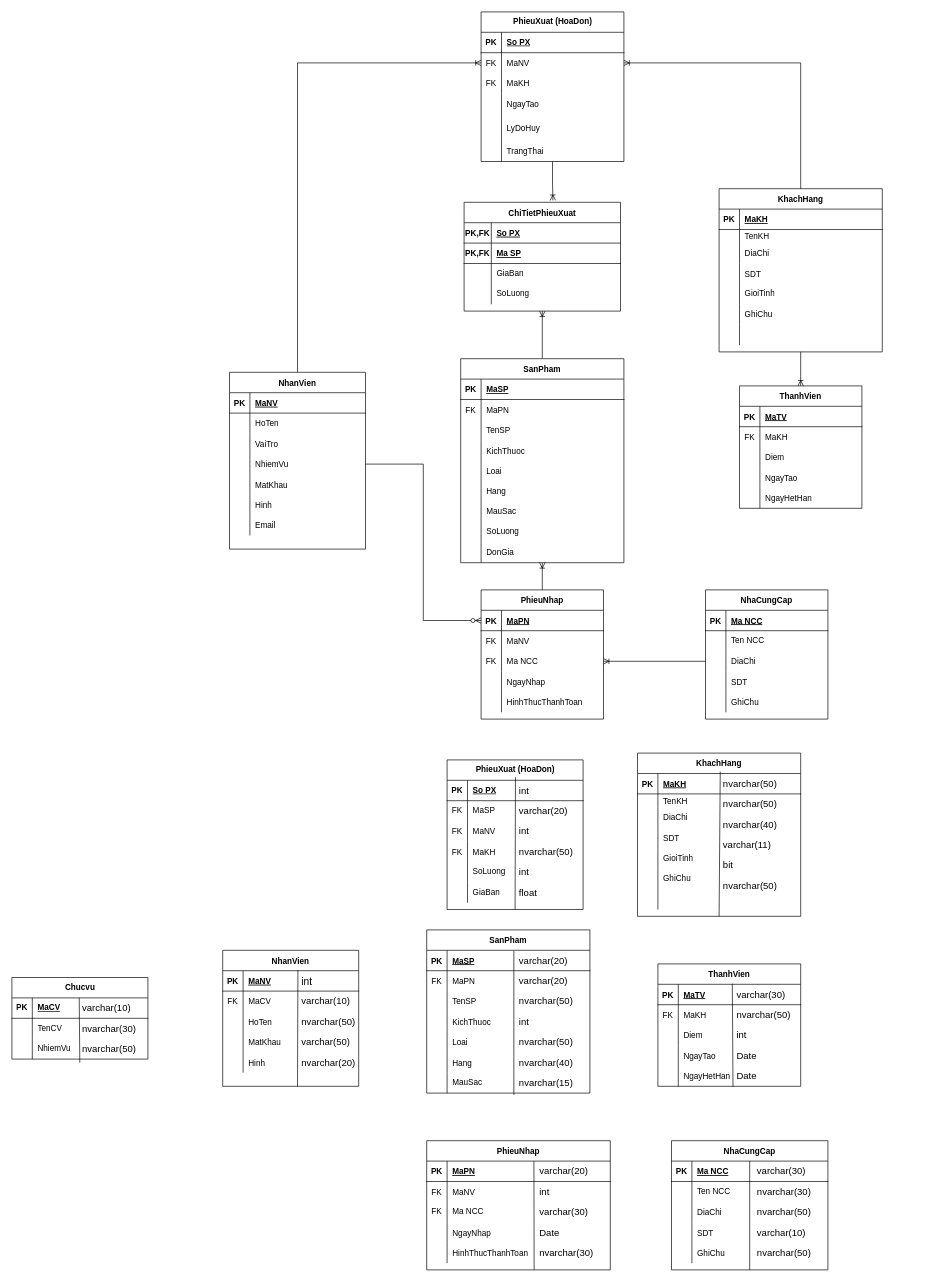
The draw.io diagram ERD.drawio in Westeros091/Snethlios, before the edit. Source tidied: cells renumbered, new cells numbered last; positions are measured from the earlier drawing's top-left corner, leaving out a move shared by most shapes. Both pictures are drawn from the tidied source at 68%, with x=0, y=0 at pixel (12, 12).
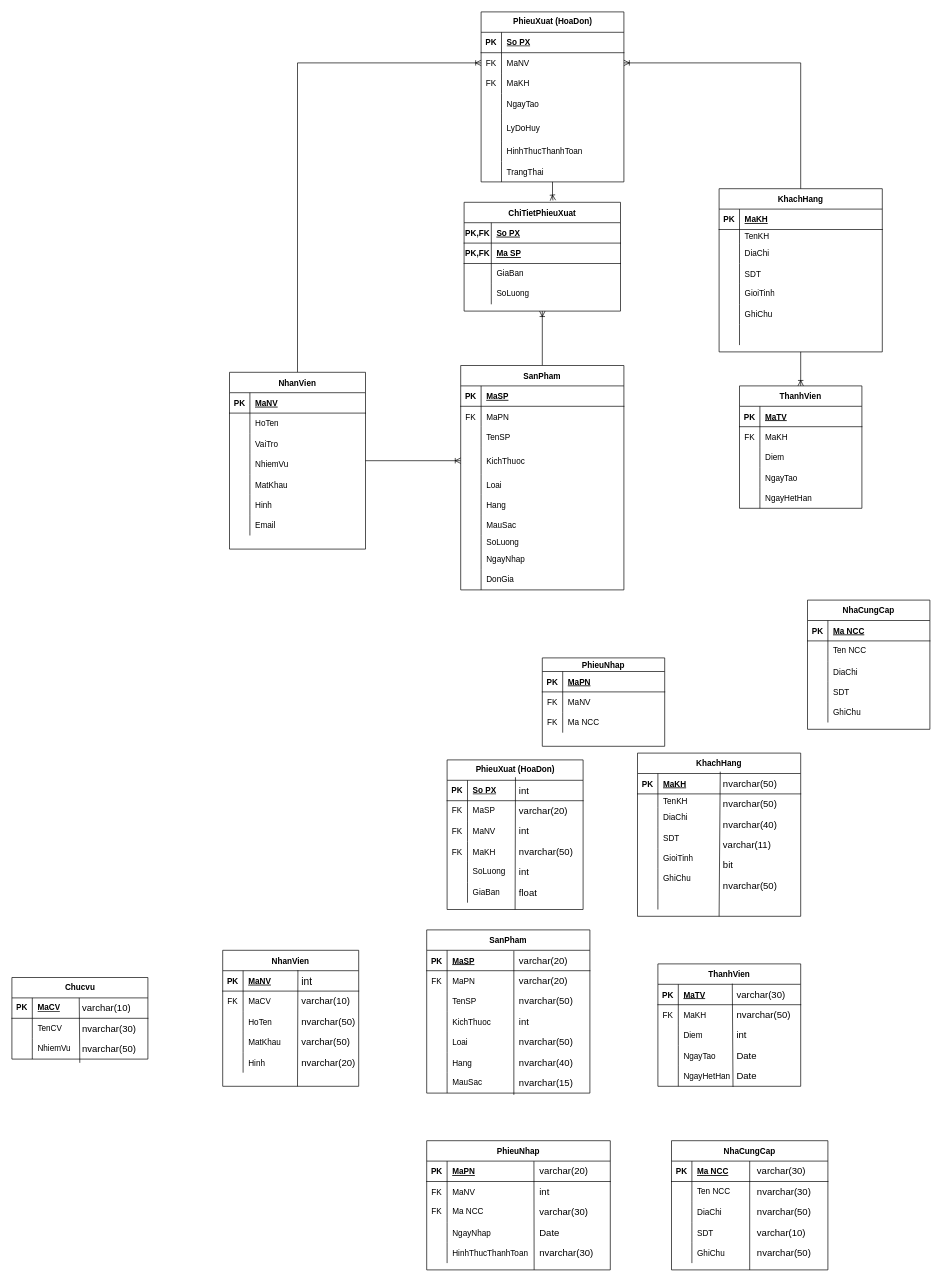
After the change.

The change refers to these unchanged cells:
```xml
<mxCell id="76" style="shape=tableRow;horizontal=0;startSize=0;swimlaneHead=0;swimlaneBody=0;fillColor=none;points=[[0,0.5],[1,0.5]];portConstraint=eastwest;top=0;left=0;right=0;bottom=0;" parent="69" vertex="1">
  <mxGeometry y="90" width="180" height="30" as="geometry" />
</mxCell>
<mxCell id="328" value="NhanVien" style="shape=table;startSize=30;childLayout=tableLayout;rowLines=0;fontStyle=1;align=center;" parent="1" vertex="1">
  <mxGeometry x="320" y="530" width="200" height="260" as="geometry" />
</mxCell>
<mxCell id="338" style="shape=tableRow;horizontal=0;startSize=0;swimlaneHead=0;swimlaneBody=0;fillColor=none;points=[[0,0.5],[1,0.5]];portConstraint=eastwest;top=0;left=0;right=0;bottom=0;" parent="328" vertex="1">
  <mxGeometry y="120" width="200" height="30" as="geometry" />
</mxCell>
```

Diff of the diagram source:
```diff
@@
     <mxCell id="3" value="SanPham" style="shape=table;startSize=30;childLayout=tableLayout;rowLines=0;fontStyle=1;align=center;" parent="1" vertex="1">
-      <mxGeometry x="660" y="510" width="240" height="300" as="geometry" />
+      <mxGeometry x="660" y="520" width="240" height="330" as="geometry" />
     </mxCell>
@@
     <mxCell id="13" style="shape=partialRectangle;fillColor=none;points=[[0,0.5],[1,0.5]];portConstraint=eastwest;top=0;left=0;right=0;bottom=0;" parent="3" vertex="1">
-      <mxGeometry y="120" width="240" height="30" as="geometry" />
+      <mxGeometry y="120" width="240" height="40" as="geometry" />
     </mxCell>
     <mxCell id="14" style="shape=partialRectangle;overflow=hidden;fillColor=none;top=0;left=0;bottom=0;right=0;" parent="13" vertex="1">
-      <mxGeometry width="30" height="30" as="geometry" />
+      <mxGeometry width="30" height="40" as="geometry" />
     </mxCell>
     <mxCell id="15" value="KichThuoc" style="shape=partialRectangle;overflow=hidden;fillColor=none;top=0;left=0;bottom=0;right=0;align=left;spacingLeft=6;" parent="13" vertex="1">
-      <mxGeometry x="30" width="210" height="30" as="geometry" />
+      <mxGeometry x="30" width="210" height="40" as="geometry" />
     </mxCell>
     <mxCell id="16" style="shape=tableRow;horizontal=0;startSize=0;swimlaneHead=0;swimlaneBody=0;fillColor=none;top=0;left=0;right=0;bottom=0;" parent="3" vertex="1">
-      <mxGeometry y="150" width="240" height="30" as="geometry" />
+      <mxGeometry y="160" width="240" height="30" as="geometry" />
     </mxCell>
@@
     <mxCell id="19" style="shape=tableRow;horizontal=0;startSize=0;swimlaneHead=0;swimlaneBody=0;fillColor=none;top=0;left=0;right=0;bottom=0;" parent="3" vertex="1">
-      <mxGeometry y="180" width="240" height="30" as="geometry" />
+      <mxGeometry y="190" width="240" height="30" as="geometry" />
     </mxCell>
@@
     <mxCell id="22" style="shape=tableRow;horizontal=0;startSize=0;swimlaneHead=0;swimlaneBody=0;fillColor=none;top=0;left=0;right=0;bottom=0;labelBackgroundColor=none;html=1;" parent="3" vertex="1">
-      <mxGeometry y="210" width="240" height="30" as="geometry" />
+      <mxGeometry y="220" width="240" height="30" as="geometry" />
     </mxCell>
@@
     <mxCell id="25" style="shape=tableRow;horizontal=0;startSize=0;swimlaneHead=0;swimlaneBody=0;fillColor=none;top=0;left=0;right=0;bottom=0;labelBackgroundColor=none;html=1;" parent="3" vertex="1">
-      <mxGeometry y="240" width="240" height="30" as="geometry" />
+      <mxGeometry y="250" width="240" height="20" as="geometry" />
     </mxCell>
     <mxCell id="26" style="shape=partialRectangle;fillColor=none;top=0;left=0;bottom=0;right=0;overflow=hidden;labelBackgroundColor=none;html=1;" parent="25" vertex="1">
-      <mxGeometry width="30" height="30" as="geometry" />
+      <mxGeometry width="30" height="20" as="geometry" />
     </mxCell>
     <mxCell id="27" value="SoLuong" style="shape=partialRectangle;fillColor=none;top=0;left=0;bottom=0;right=0;align=left;spacingLeft=6;overflow=hidden;labelBackgroundColor=none;html=1;" parent="25" vertex="1">
-      <mxGeometry x="30" width="210" height="30" as="geometry" />
+      <mxGeometry x="30" width="210" height="20" as="geometry" />
     </mxCell>
+    <mxCell id="63" style="shape=tableRow;horizontal=0;startSize=0;swimlaneHead=0;swimlaneBody=0;fillColor=none;top=0;left=0;right=0;bottom=0;" parent="3" vertex="1">
+      <mxGeometry y="270" width="240" height="30" as="geometry" />
+    </mxCell>
+    <mxCell id="64" style="shape=partialRectangle;fillColor=none;top=0;left=0;bottom=0;right=0;overflow=hidden;" parent="63" vertex="1">
+      <mxGeometry width="30" height="30" as="geometry" />
+    </mxCell>
+    <mxCell id="65" value="NgayNhap" style="shape=partialRectangle;fillColor=none;top=0;left=0;bottom=0;right=0;align=left;spacingLeft=6;overflow=hidden;" parent="63" vertex="1">
+      <mxGeometry x="30" width="210" height="30" as="geometry" />
+    </mxCell>
     <mxCell id="28" style="shape=tableRow;horizontal=0;startSize=0;swimlaneHead=0;swimlaneBody=0;fillColor=none;top=0;left=0;right=0;bottom=0;labelBackgroundColor=none;html=1;" parent="3" vertex="1">
-      <mxGeometry y="270" width="240" height="30" as="geometry" />
+      <mxGeometry y="300" width="240" height="30" as="geometry" />
     </mxCell>
@@
-    <mxCell id="53" value="PhieuNhap" style="shape=table;startSize=30;childLayout=tableLayout;rowLines=0;fontStyle=1;align=center;" parent="1" vertex="1">
-      <mxGeometry x="690" y="850" width="180" height="190" as="geometry" />
+    <mxCell id="53" value="PhieuNhap" style="shape=table;startSize=20;childLayout=tableLayout;rowLines=0;fontStyle=1;align=center;" parent="1" vertex="1">
+      <mxGeometry x="780" y="950" width="180" height="130" as="geometry" />
     </mxCell>
     <mxCell id="54" style="shape=tableRow;horizontal=0;startSize=0;swimlaneHead=0;swimlaneBody=0;fillColor=none;points=[[0,0.5],[1,0.5]];portConstraint=eastwest;top=0;left=0;right=0;bottom=1;" parent="53" vertex="1">
-      <mxGeometry y="30" width="180" height="30" as="geometry" />
+      <mxGeometry y="20" width="180" height="30" as="geometry" />
     </mxCell>
@@
     <mxCell id="57" style="shape=tableRow;horizontal=0;startSize=0;swimlaneHead=0;swimlaneBody=0;fillColor=none;top=0;left=0;right=0;bottom=0;" parent="53" vertex="1">
-      <mxGeometry y="60" width="180" height="30" as="geometry" />
+      <mxGeometry y="50" width="180" height="30" as="geometry" />
     </mxCell>
@@
     <mxCell id="60" style="shape=tableRow;horizontal=0;startSize=0;swimlaneHead=0;swimlaneBody=0;fillColor=none;points=[[0,0.5],[1,0.5]];portConstraint=eastwest;top=0;left=0;right=0;bottom=0;labelBackgroundColor=none;html=1;" parent="53" vertex="1">
-      <mxGeometry y="90" width="180" height="30" as="geometry" />
+      <mxGeometry y="80" width="180" height="30" as="geometry" />
     </mxCell>
@@
-    <mxCell id="63" style="shape=tableRow;horizontal=0;startSize=0;swimlaneHead=0;swimlaneBody=0;fillColor=none;top=0;left=0;right=0;bottom=0;" parent="53" vertex="1">
-      <mxGeometry y="120" width="180" height="30" as="geometry" />
-    </mxCell>
-    <mxCell id="64" style="shape=partialRectangle;fillColor=none;top=0;left=0;bottom=0;right=0;overflow=hidden;" parent="63" vertex="1">
-      <mxGeometry width="30" height="30" as="geometry" />
-    </mxCell>
-    <mxCell id="65" value="NgayNhap" style="shape=partialRectangle;fillColor=none;top=0;left=0;bottom=0;right=0;align=left;spacingLeft=6;overflow=hidden;" parent="63" vertex="1">
-      <mxGeometry x="30" width="150" height="30" as="geometry" />
-    </mxCell>
-    <mxCell id="66" style="shape=tableRow;horizontal=0;startSize=0;swimlaneHead=0;swimlaneBody=0;fillColor=none;top=0;left=0;right=0;bottom=0;" parent="53" vertex="1">
-      <mxGeometry y="150" width="180" height="30" as="geometry" />
-    </mxCell>
-    <mxCell id="67" style="shape=partialRectangle;fillColor=none;top=0;left=0;bottom=0;right=0;overflow=hidden;" parent="66" vertex="1">
-      <mxGeometry width="30" height="30" as="geometry" />
-    </mxCell>
-    <mxCell id="68" value="HinhThucThanhToan" style="shape=partialRectangle;fillColor=none;top=0;left=0;bottom=0;right=0;align=left;spacingLeft=6;overflow=hidden;" parent="66" vertex="1">
-      <mxGeometry x="30" width="150" height="30" as="geometry" />
-    </mxCell>
     <mxCell id="69" value="NhaCungCap" style="shape=table;startSize=30;childLayout=tableLayout;rowLines=0;fontStyle=1;align=center;" parent="1" vertex="1">
-      <mxGeometry x="1020" y="850" width="180" height="190" as="geometry" />
+      <mxGeometry x="1170" y="865" width="180" height="190" as="geometry" />
     </mxCell>
@@
-    <mxCell id="86" style="fontSize=12;html=1;endArrow=ERoneToMany;endFill=0;rounded=0;entryX=1;entryY=0.5;entryDx=0;entryDy=0;exitX=0;exitY=0.5;exitDx=0;exitDy=0;" parent="1" edge="1" source="76" target="60">
-      <mxGeometry relative="1" as="geometry" />
-    </mxCell>
@@
     <mxCell id="88" value="PhieuXuat (HoaDon)" style="shape=table;startSize=30;childLayout=tableLayout;rowLines=0;fontStyle=1;align=center;labelBackgroundColor=none;html=1;" parent="1" vertex="1">
-      <mxGeometry x="690" width="210" height="220" as="geometry" />
+      <mxGeometry x="690" width="210" height="250" as="geometry" />
     </mxCell>
@@
+    <mxCell id="350" style="shape=tableRow;horizontal=0;startSize=0;swimlaneHead=0;swimlaneBody=0;fillColor=none;top=0;left=0;right=0;bottom=0;" parent="88" vertex="1">
+      <mxGeometry y="190" width="210" height="30" as="geometry" />
+    </mxCell>
+    <mxCell id="351" style="shape=partialRectangle;fillColor=none;top=0;left=0;bottom=0;right=0;overflow=hidden;" parent="350" vertex="1">
+      <mxGeometry width="30" height="30" as="geometry" />
+    </mxCell>
+    <mxCell id="68" value="HinhThucThanhToan" style="shape=partialRectangle;fillColor=none;top=0;left=0;bottom=0;right=0;align=left;spacingLeft=6;overflow=hidden;" parent="350" vertex="1">
+      <mxGeometry x="30" width="180" height="30" as="geometry" />
+    </mxCell>
     <mxCell id="104" style="shape=tableRow;horizontal=0;startSize=0;swimlaneHead=0;swimlaneBody=0;fillColor=none;top=0;left=0;right=0;bottom=0;" parent="88" vertex="1">
-      <mxGeometry y="190" width="210" height="30" as="geometry" />
+      <mxGeometry y="220" width="210" height="30" as="geometry" />
     </mxCell>
@@
-    <mxCell id="107" style="edgeStyle=orthogonalEdgeStyle;fontSize=12;html=1;endArrow=ERzeroToMany;endFill=1;rounded=0;exitX=1;exitY=0.5;exitDx=0;exitDy=0;entryX=0;entryY=0.5;entryDx=0;entryDy=0;" parent="1" edge="1" source="338" target="54">
-      <mxGeometry relative="1" as="geometry" />
-    </mxCell>
@@
-    <mxCell id="109" style="fontSize=12;html=1;endArrow=ERoneToMany;rounded=0;exitX=0.5;exitY=0;exitDx=0;exitDy=0;" parent="1" edge="1" source="53">
-      <mxGeometry relative="1" as="geometry">
-        <mxPoint x="780" y="810" as="targetPoint" />
-      </mxGeometry>
-    </mxCell>
@@
+    <mxCell id="352" style="edgeStyle=orthogonalEdgeStyle;rounded=0;jettySize=auto;html=1;entryX=0;entryY=0.5;entryDx=0;entryDy=0;endArrow=ERoneToMany;endFill=0;" parent="1" edge="1" source="328" target="13">
+      <mxGeometry relative="1" as="geometry" />
+    </mxCell>
@@
+    <mxCell id="353" style="shape=table;startSize=0;childLayout=tableLayout;rowLines=0;fontStyle=0;align=center;strokeColor=none;fillColor=none;" parent="1" vertex="1">
+      <mxGeometry x="750" y="670" width="180" height="30" as="geometry" />
+    </mxCell>
+    <mxCell id="354" style="shape=tableRow;horizontal=0;startSize=0;swimlaneHead=0;swimlaneBody=0;fillColor=none;top=0;left=0;right=0;bottom=0;" parent="353" vertex="1">
+      <mxGeometry width="180" height="30" as="geometry" />
+    </mxCell>
+    <mxCell id="355" style="shape=partialRectangle;fillColor=none;top=0;left=0;bottom=0;right=0;overflow=hidden;" parent="354" vertex="1">
+      <mxGeometry width="30" height="30" as="geometry" />
+    </mxCell>
+    <mxCell id="356" style="shape=partialRectangle;fillColor=none;top=0;left=0;bottom=0;right=0;align=left;spacingLeft=6;overflow=hidden;" parent="354" vertex="1">
+      <mxGeometry x="30" width="150" height="30" as="geometry" />
+    </mxCell>
```
